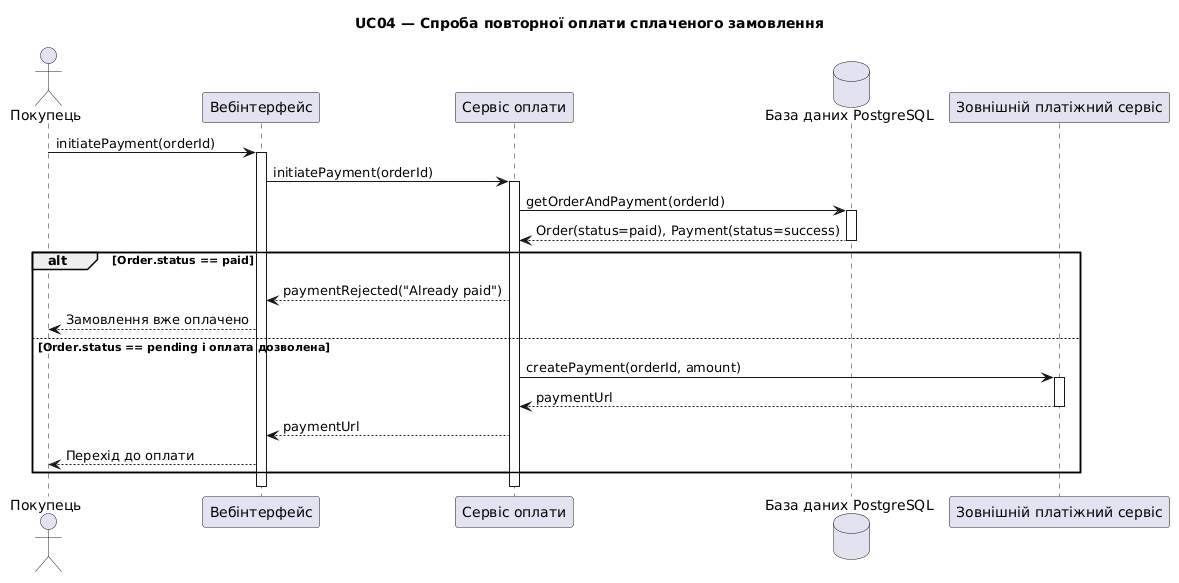
Earlier version of the PlantUML export lab-3/sequence-05.png (fiodm/-ER-). Source of this version:
```plantuml
@startuml
title UC04 — Спроба повторної оплати сплаченого замовлення

actor "Покупець" as Customer
participant "Вебінтерфейс" as UI
participant "Сервіс оплати" as PaymentService
database "База даних PostgreSQL" as DB
participant "Зовнішній платіжний сервіс" as Gateway

Customer -> UI: initiatePayment(orderId)
activate UI

UI -> PaymentService: initiatePayment(orderId)
activate PaymentService

PaymentService -> DB: getOrderAndPayment(orderId)
activate DB
DB --> PaymentService: Order(status=paid), Payment(status=success)
deactivate DB

alt Order.status == paid
    PaymentService --> UI: paymentRejected("Already paid")
    UI --> Customer: Замовлення вже оплачено
else Order.status == pending і оплата дозволена
    PaymentService -> Gateway: createPayment(orderId, amount)
    activate Gateway
    Gateway --> PaymentService: paymentUrl
    deactivate Gateway

    PaymentService --> UI: paymentUrl
    UI --> Customer: Перехід до оплати
end

deactivate PaymentService
deactivate UI
@enduml
```
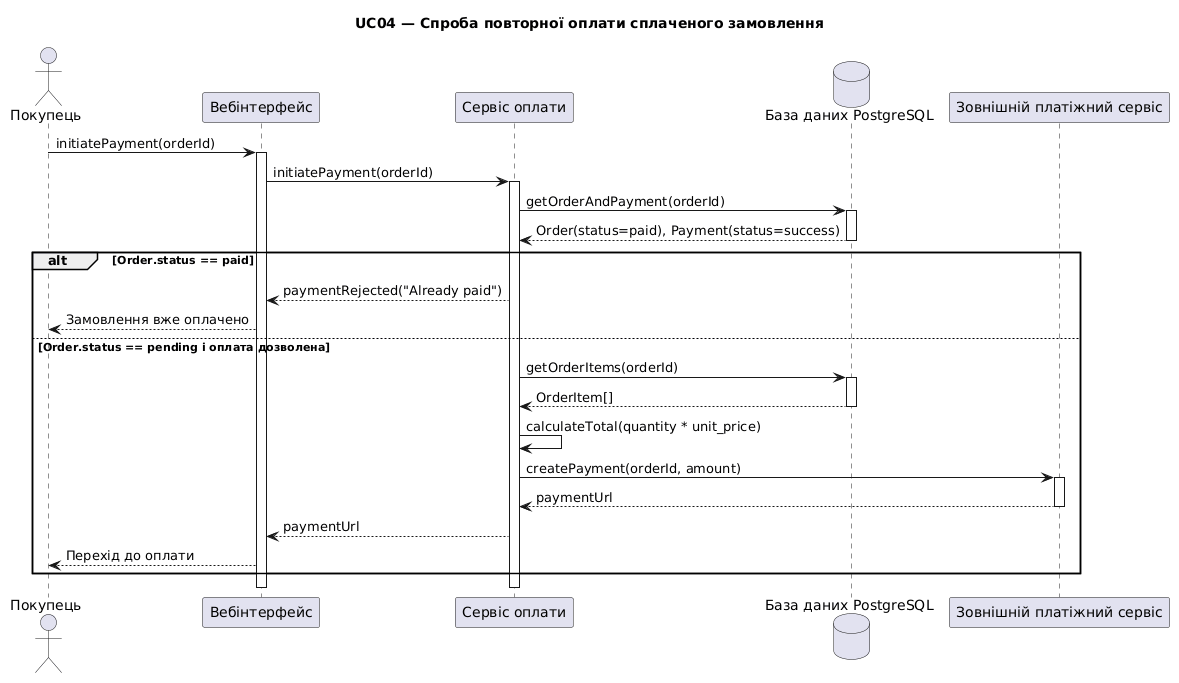
Above is the later version.

Diff of the diagram source:
```diff
@@ -22,6 +22,11 @@
     PaymentService --> UI: paymentRejected("Already paid")
     UI --> Customer: Замовлення вже оплачено
 else Order.status == pending і оплата дозволена
+    PaymentService -> DB: getOrderItems(orderId)
+    activate DB
+    DB --> PaymentService: OrderItem[]
+    deactivate DB
+    PaymentService -> PaymentService: calculateTotal(quantity * unit_price)
     PaymentService -> Gateway: createPayment(orderId, amount)
     activate Gateway
     Gateway --> PaymentService: paymentUrl
```
